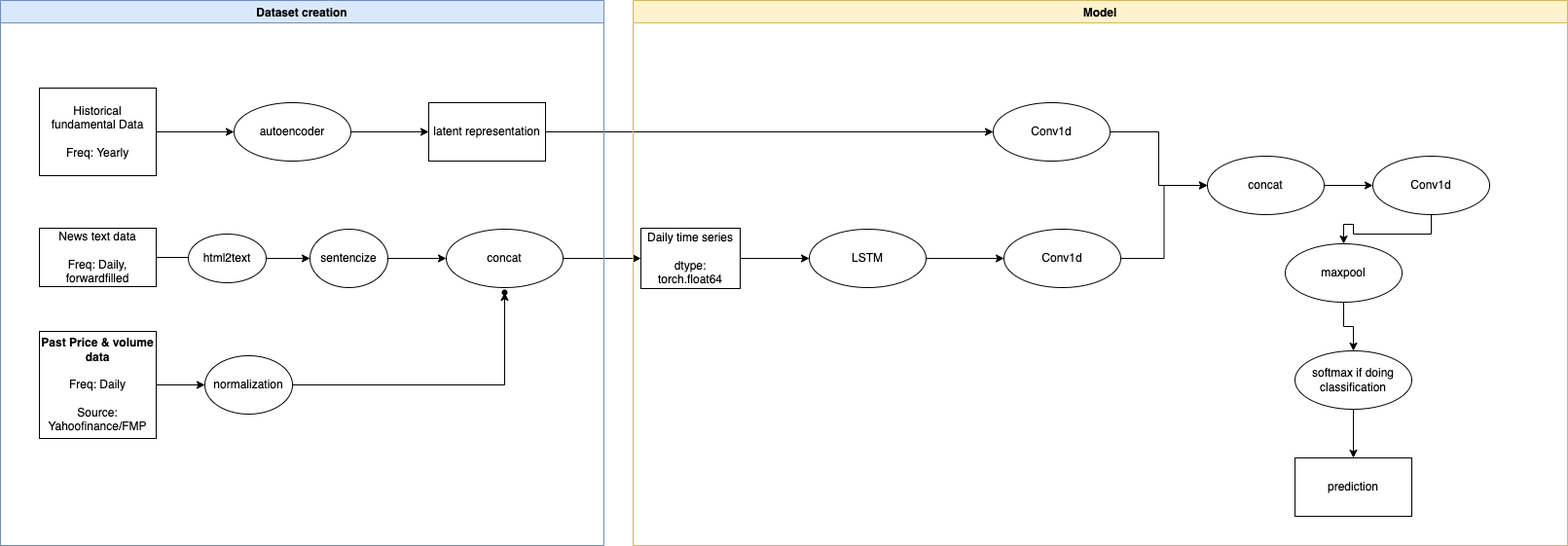
The draw.io diagram project_outline.drawio.png in pauljhp/DeepSA_COMP7409, before a commit. Source tidied: cells renumbered, new cells last; positions are measured from the earlier drawing's top-left corner, leaving out a move shared by most shapes.
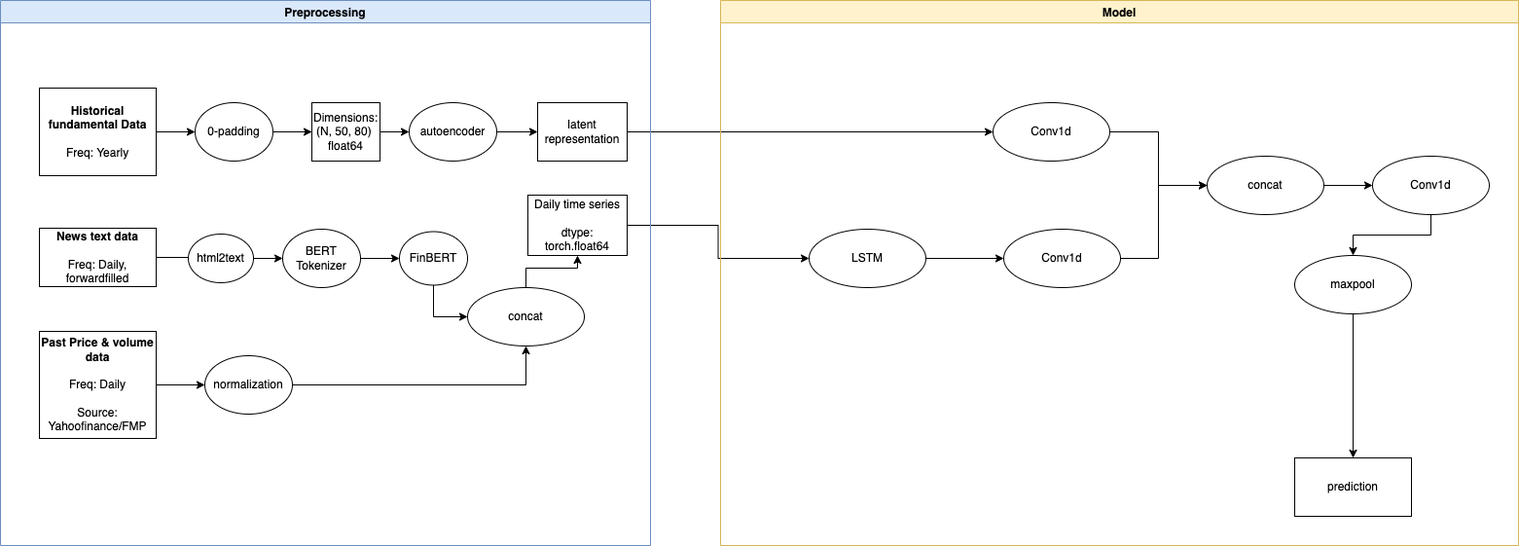
Later version of the same file.

Change to the diagram source:
```diff
@@ -11,7 +11,7 @@
     <mxCell id="4" style="edgeStyle=orthogonalEdgeStyle;rounded=0;jettySize=auto;html=1;" parent="1" edge="1" source="5" target="20">
       <mxGeometry relative="1" as="geometry" />
     </mxCell>
-    <mxCell id="5" value="Historical fundamental Data&lt;br&gt;&lt;br&gt;Freq: Yearly" style="rounded=0;whiteSpace=wrap;html=1;" parent="1" vertex="1">
+    <mxCell id="5" value="&lt;b&gt;Historical fundamental Data&lt;/b&gt;&lt;br&gt;&lt;br&gt;Freq: Yearly" style="rounded=0;whiteSpace=wrap;html=1;" parent="1" vertex="1">
       <mxGeometry x="40" y="90" width="120" height="90" as="geometry" />
     </mxCell>
     <mxCell id="6" style="edgeStyle=orthogonalEdgeStyle;rounded=0;jettySize=auto;html=1;" parent="1" edge="1" source="7">
@@ -19,54 +19,27 @@
         <mxPoint x="240" y="270" as="targetPoint" />
       </mxGeometry>
     </mxCell>
-    <mxCell id="7" value="News text data&lt;br&gt;&lt;br&gt;Freq: Daily, forwardfilled" style="rounded=0;whiteSpace=wrap;html=1;" parent="1" vertex="1">
+    <mxCell id="7" value="&lt;b&gt;News text data&lt;/b&gt;&lt;br&gt;&lt;br&gt;Freq: Daily, forwardfilled" style="rounded=0;whiteSpace=wrap;html=1;" parent="1" vertex="1">
       <mxGeometry x="40" y="234" width="120" height="60" as="geometry" />
     </mxCell>
     <mxCell id="8" style="edgeStyle=orthogonalEdgeStyle;rounded=0;jettySize=auto;html=1;" parent="1" edge="1" source="9" target="11">
       <mxGeometry relative="1" as="geometry" />
     </mxCell>
     <mxCell id="9" value="html2text" style="ellipse;whiteSpace=wrap;html=1;rounded=0;" parent="1" vertex="1">
-      <mxGeometry x="193" y="240" width="80" height="50" as="geometry" />
+      <mxGeometry x="193" y="240" width="67" height="50" as="geometry" />
     </mxCell>
-    <mxCell id="10" style="edgeStyle=orthogonalEdgeStyle;rounded=0;jettySize=auto;html=1;" parent="1" edge="1" source="11" target="16">
-      <mxGeometry relative="1" as="geometry" />
-    </mxCell>
-    <mxCell id="11" value="sentencize" style="ellipse;whiteSpace=wrap;html=1;rounded=0;" parent="1" vertex="1">
-      <mxGeometry x="318" y="235" width="80" height="60" as="geometry" />
-    </mxCell>
-    <mxCell id="12" style="edgeStyle=orthogonalEdgeStyle;rounded=0;jettySize=auto;html=1;" parent="1" edge="1" source="13" target="14">
+    <mxCell id="12" style="edgeStyle=orthogonalEdgeStyle;rounded=0;jettySize=auto;html=1;entryX=0.5;entryY=1;entryDx=0;entryDy=0;" parent="1" edge="1" source="13" target="16">
       <mxGeometry relative="1" as="geometry" />
     </mxCell>
     <mxCell id="13" value="normalization" style="ellipse;whiteSpace=wrap;html=1;rounded=0;" parent="1" vertex="1">
       <mxGeometry x="210" y="365" width="90" height="60" as="geometry" />
     </mxCell>
-    <mxCell id="14" style="shape=waypoint;sketch=0;size=6;points=[];fillColor=default;perimeter=centerPerimeter;snapToPoint=1;rounded=0;" parent="1" vertex="1">
-      <mxGeometry x="498" y="280" width="40" height="40" as="geometry" />
-    </mxCell>
-    <mxCell id="15" style="edgeStyle=orthogonalEdgeStyle;rounded=0;jettySize=auto;html=1;" parent="1" edge="1" source="16" target="18">
-      <mxGeometry relative="1" as="geometry" />
-    </mxCell>
-    <mxCell id="16" value="concat" style="ellipse;whiteSpace=wrap;html=1;rounded=0;" parent="1" vertex="1">
-      <mxGeometry x="458" y="235" width="120" height="60" as="geometry" />
-    </mxCell>
     <mxCell id="17" style="edgeStyle=orthogonalEdgeStyle;rounded=0;jettySize=auto;html=1;" parent="1" edge="1" source="18" target="24">
       <mxGeometry relative="1" as="geometry" />
     </mxCell>
-    <mxCell id="18" value="Daily time series&lt;br&gt;&lt;br&gt;dtype: torch.float64" style="whiteSpace=wrap;html=1;rounded=0;" parent="1" vertex="1">
-      <mxGeometry x="658" y="234" width="102" height="62" as="geometry" />
-    </mxCell>
-    <mxCell id="19" style="edgeStyle=orthogonalEdgeStyle;rounded=0;jettySize=auto;html=1;" parent="1" edge="1" source="20" target="22">
-      <mxGeometry relative="1" as="geometry" />
-    </mxCell>
-    <mxCell id="20" value="autoencoder" style="ellipse;whiteSpace=wrap;html=1;rounded=0;" parent="1" vertex="1">
-      <mxGeometry x="240" y="105" width="120" height="60" as="geometry" />
-    </mxCell>
     <mxCell id="21" style="edgeStyle=orthogonalEdgeStyle;rounded=0;jettySize=auto;html=1;" parent="1" edge="1" source="22" target="28">
       <mxGeometry relative="1" as="geometry" />
     </mxCell>
-    <mxCell id="22" value="latent representation" style="whiteSpace=wrap;html=1;rounded=0;" parent="1" vertex="1">
-      <mxGeometry x="440" y="105" width="120" height="60" as="geometry" />
-    </mxCell>
     <mxCell id="23" style="edgeStyle=orthogonalEdgeStyle;rounded=0;jettySize=auto;html=1;" parent="1" edge="1" source="24" target="26">
       <mxGeometry relative="1" as="geometry" />
     </mxCell>
@@ -74,7 +47,12 @@
       <mxGeometry x="831" y="235" width="120" height="60" as="geometry" />
     </mxCell>
     <mxCell id="25" style="edgeStyle=orthogonalEdgeStyle;rounded=0;jettySize=auto;html=1;entryX=0;entryY=0.5;entryDx=0;entryDy=0;" parent="1" edge="1" source="26" target="30">
-      <mxGeometry relative="1" as="geometry" />
+      <mxGeometry relative="1" as="geometry">
+        <Array as="points">
+          <mxPoint x="1190" y="265" />
+          <mxPoint x="1190" y="190" />
+        </Array>
+      </mxGeometry>
     </mxCell>
     <mxCell id="26" value="Conv1d" style="ellipse;whiteSpace=wrap;html=1;rounded=0;" parent="1" vertex="1">
       <mxGeometry x="1031" y="235" width="120" height="60" as="geometry" />
@@ -91,32 +69,70 @@
     <mxCell id="30" value="concat" style="ellipse;whiteSpace=wrap;html=1;rounded=0;" parent="1" vertex="1">
       <mxGeometry x="1240" y="160" width="120" height="60" as="geometry" />
     </mxCell>
-    <mxCell id="31" value="Dataset creation" style="swimlane;fillColor=#dae8fc;strokeColor=#6c8ebf;" parent="1" vertex="1">
-      <mxGeometry width="620" height="560" as="geometry" />
+    <mxCell id="31" value="Preprocessing" style="swimlane;fillColor=#dae8fc;strokeColor=#6c8ebf;" parent="1" vertex="1">
+      <mxGeometry width="668" height="560" as="geometry" />
     </mxCell>
+    <mxCell id="11" value="BERT Tokenizer" style="ellipse;whiteSpace=wrap;html=1;rounded=0;" parent="31" vertex="1">
+      <mxGeometry x="290" y="235" width="80" height="60" as="geometry" />
+    </mxCell>
+    <mxCell id="40" style="edgeStyle=orthogonalEdgeStyle;rounded=0;jettySize=auto;html=1;entryX=0;entryY=0.5;entryDx=0;entryDy=0;" parent="31" edge="1" source="41" target="16">
+      <mxGeometry relative="1" as="geometry" />
+    </mxCell>
+    <mxCell id="41" value="FinBERT" style="ellipse;whiteSpace=wrap;html=1;rounded=0;" parent="31" vertex="1">
+      <mxGeometry x="410" y="237.5" width="70" height="55" as="geometry" />
+    </mxCell>
+    <mxCell id="42" style="edgeStyle=orthogonalEdgeStyle;rounded=0;jettySize=auto;html=1;" parent="31" edge="1" source="11" target="41">
+      <mxGeometry relative="1" as="geometry" />
+    </mxCell>
+    <mxCell id="16" value="concat" style="ellipse;whiteSpace=wrap;html=1;rounded=0;" parent="31" vertex="1">
+      <mxGeometry x="480" y="295" width="120" height="60" as="geometry" />
+    </mxCell>
+    <mxCell id="43" value="autoencoder" style="ellipse;whiteSpace=wrap;html=1;rounded=0;" parent="31" vertex="1">
+      <mxGeometry x="420" y="105" width="90" height="60" as="geometry" />
+    </mxCell>
+    <mxCell id="22" value="latent representation" style="whiteSpace=wrap;html=1;rounded=0;" parent="31" vertex="1">
+      <mxGeometry x="552" y="105" width="92" height="60" as="geometry" />
+    </mxCell>
+    <mxCell id="20" value="0-padding" style="ellipse;whiteSpace=wrap;html=1;rounded=0;" parent="31" vertex="1">
+      <mxGeometry x="200" y="105" width="80" height="60" as="geometry" />
+    </mxCell>
+    <mxCell id="44" style="edgeStyle=orthogonalEdgeStyle;rounded=0;jettySize=auto;html=1;" parent="31" edge="1" source="20" target="43">
+      <mxGeometry relative="1" as="geometry" />
+    </mxCell>
+    <mxCell id="45" value="Dimensions:&lt;br&gt;(N, 50, 80)&amp;nbsp;&lt;br&gt;float64" style="whiteSpace=wrap;html=1;rounded=0;" parent="31" vertex="1">
+      <mxGeometry x="320" y="105" width="70" height="60" as="geometry" />
+    </mxCell>
+    <mxCell id="46" style="edgeStyle=orthogonalEdgeStyle;rounded=0;jettySize=auto;html=1;" parent="31" edge="1" source="20" target="45">
+      <mxGeometry relative="1" as="geometry" />
+    </mxCell>
+    <mxCell id="47" style="edgeStyle=orthogonalEdgeStyle;rounded=0;jettySize=auto;html=1;entryX=0;entryY=0.5;entryDx=0;entryDy=0;" parent="31" edge="1" source="43" target="22">
+      <mxGeometry relative="1" as="geometry" />
+    </mxCell>
+    <mxCell id="18" value="Daily time series&lt;br&gt;&lt;br&gt;dtype: torch.float64" style="whiteSpace=wrap;html=1;rounded=0;" parent="31" vertex="1">
+      <mxGeometry x="542" y="200" width="102" height="62" as="geometry" />
+    </mxCell>
+    <mxCell id="15" style="edgeStyle=orthogonalEdgeStyle;rounded=0;jettySize=auto;html=1;" parent="31" edge="1" source="16" target="18">
+      <mxGeometry relative="1" as="geometry" />
+    </mxCell>
     <mxCell id="32" style="edgeStyle=orthogonalEdgeStyle;rounded=0;jettySize=auto;html=1;" parent="1" edge="1" source="33" target="35">
       <mxGeometry relative="1" as="geometry" />
     </mxCell>
     <mxCell id="33" value="Conv1d" style="ellipse;whiteSpace=wrap;html=1;rounded=0;" parent="1" vertex="1">
       <mxGeometry x="1410" y="160" width="120" height="60" as="geometry" />
     </mxCell>
-    <mxCell id="34" style="edgeStyle=orthogonalEdgeStyle;rounded=0;jettySize=auto;html=1;entryX=0.5;entryY=0;entryDx=0;entryDy=0;" parent="1" edge="1" source="35" target="38">
-      <mxGeometry relative="1" as="geometry" />
+    <mxCell id="34" style="edgeStyle=orthogonalEdgeStyle;rounded=0;jettySize=auto;html=1;" parent="1" edge="1" source="35">
+      <mxGeometry relative="1" as="geometry">
+        <mxPoint x="1390" y="470" as="targetPoint" />
+      </mxGeometry>
     </mxCell>
+    <mxCell id="39" value="Model" style="swimlane;fillColor=#fff2cc;strokeColor=#d6b656;" parent="1" vertex="1">
+      <mxGeometry x="740" width="820" height="560" as="geometry" />
+    </mxCell>
-    <mxCell id="35" value="maxpool" style="ellipse;whiteSpace=wrap;html=1;rounded=0;" parent="1" vertex="1">
-      <mxGeometry x="1320" y="250" width="120" height="60" as="geometry" />
+    <mxCell id="35" value="maxpool" style="ellipse;whiteSpace=wrap;html=1;rounded=0;" parent="39" vertex="1">
+      <mxGeometry x="590" y="262" width="120" height="60" as="geometry" />
     </mxCell>
-    <mxCell id="36" value="prediction" style="rounded=0;whiteSpace=wrap;html=1;" parent="1" vertex="1">
-      <mxGeometry x="1330" y="470" width="120" height="60" as="geometry" />
+    <mxCell id="36" value="prediction" style="rounded=0;whiteSpace=wrap;html=1;" parent="39" vertex="1">
+      <mxGeometry x="590" y="470" width="120" height="60" as="geometry" />
     </mxCell>
-    <mxCell id="37" style="edgeStyle=orthogonalEdgeStyle;rounded=0;jettySize=auto;html=1;" parent="1" edge="1" source="38" target="36">
-      <mxGeometry relative="1" as="geometry" />
-    </mxCell>
-    <mxCell id="38" value="softmax if doing classification" style="ellipse;whiteSpace=wrap;html=1;rounded=0;" parent="1" vertex="1">
-      <mxGeometry x="1330" y="360" width="120" height="60" as="geometry" />
-    </mxCell>
-    <mxCell id="39" value="Model" style="swimlane;fillColor=#fff2cc;strokeColor=#d6b656;" parent="1" vertex="1">
-      <mxGeometry x="650" width="960" height="560" as="geometry" />
-    </mxCell>
   </root>
 </mxGraphModel>
```
